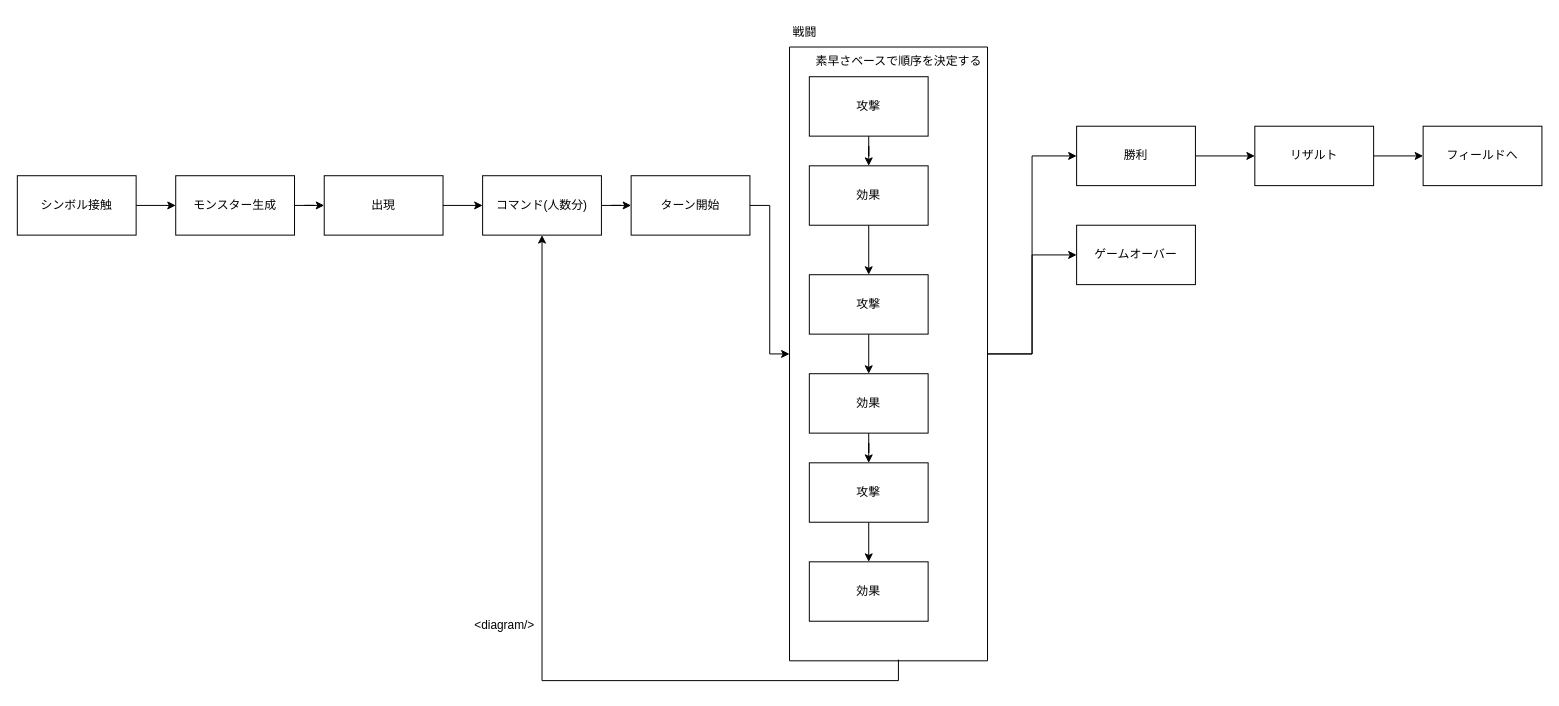
Before: page "戦闘LC" (2 of 3) of digger.drawio in kijimaD/digger_rs, a draw.io diagram. Source tidied: cells renumbered, new cells numbered last; positions are measured from the earlier drawing's top-left corner, leaving out a move shared by most shapes. Both pictures are drawn from the tidied source at 99%, with x=0, y=0 at pixel (17, 17).
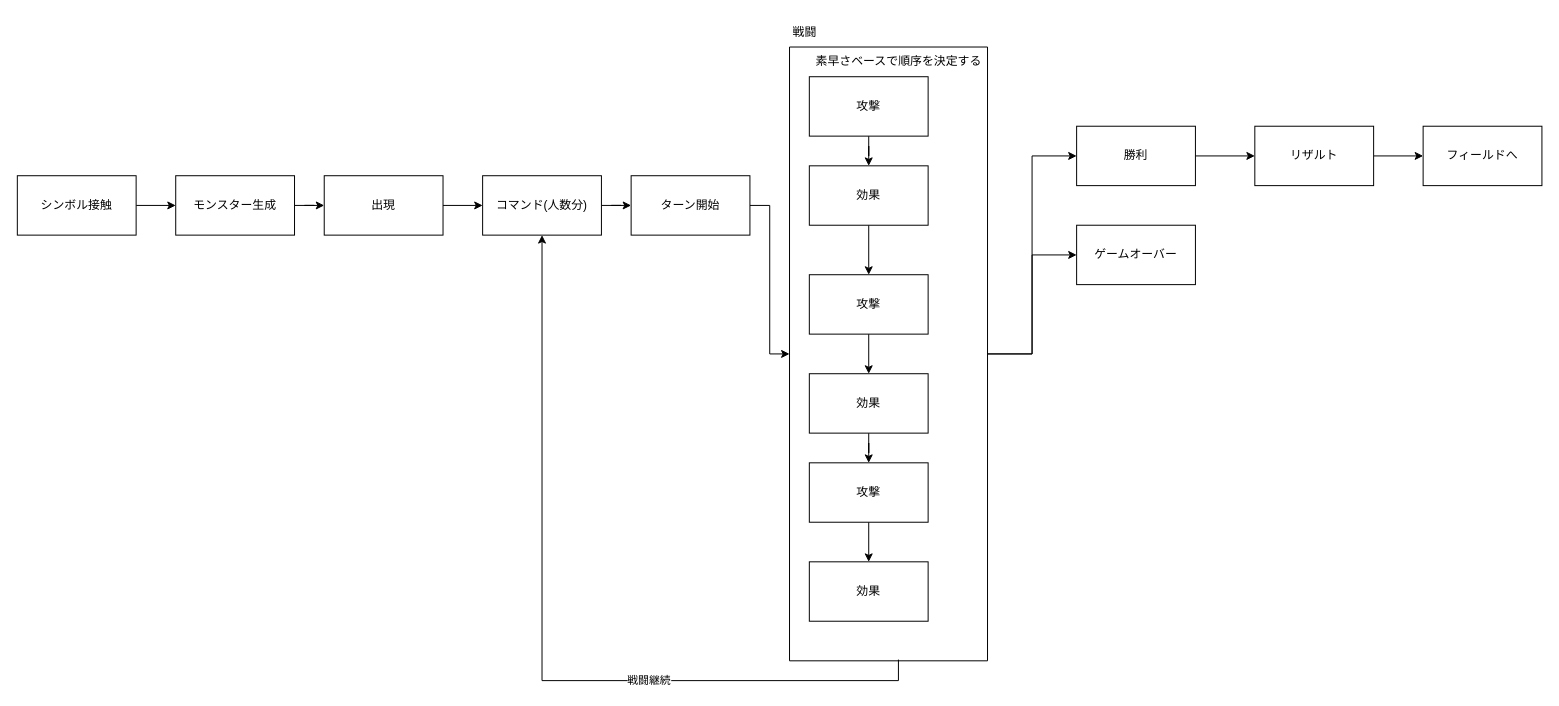
Above is the later version.

Unchanged cells that the change refers to:
```xml
<mxCell id="13" style="edgeStyle=orthogonalEdgeStyle;rounded=0;jettySize=auto;html=1;entryX=0.5;entryY=1;entryDx=0;entryDy=0;exitX=0.55;exitY=0.998;exitDx=0;exitDy=0;exitPerimeter=0;" parent="1" edge="1" source="15" target="9">
  <mxGeometry relative="1" as="geometry">
    <Array as="points">
      <mxPoint x="890" y="670" />
      <mxPoint x="530" y="670" />
    </Array>
  </mxGeometry>
</mxCell>
```

What changed in the source:
```diff
@@
+    <mxCell id="36" value="戦闘継続" style="edgeLabel;html=1;align=center;verticalAlign=middle;" parent="13" vertex="1">
+      <mxGeometry x="-0.34" y="-1" relative="1" as="geometry" />
+    </mxCell>
@@
-    <mxCell id="35" value="&amp;lt;diagram/&amp;gt;" style="text;whiteSpace=wrap;html=1;" parent="1" vertex="1">
-      <mxGeometry x="460" y="600" width="90" height="40" as="geometry" />
-    </mxCell>
```
